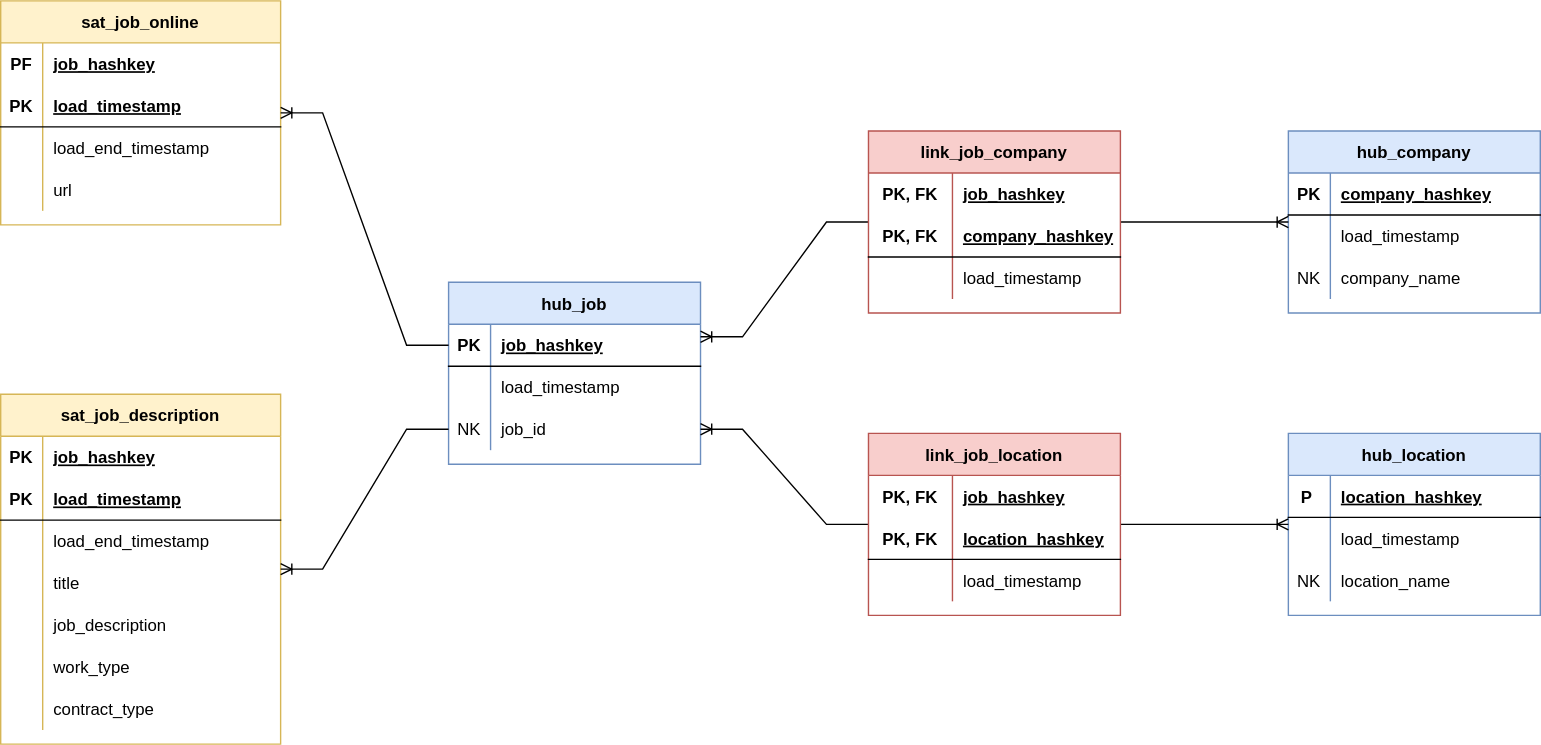
Before: doc/data-vault-model.drawio.svg, a diagram exported from draw.io (petracarrion/job-market-analytics). Source tidied: cells renumbered, new cells last; positions are measured from the earlier drawing's top-left corner, leaving out a move shared by most shapes.
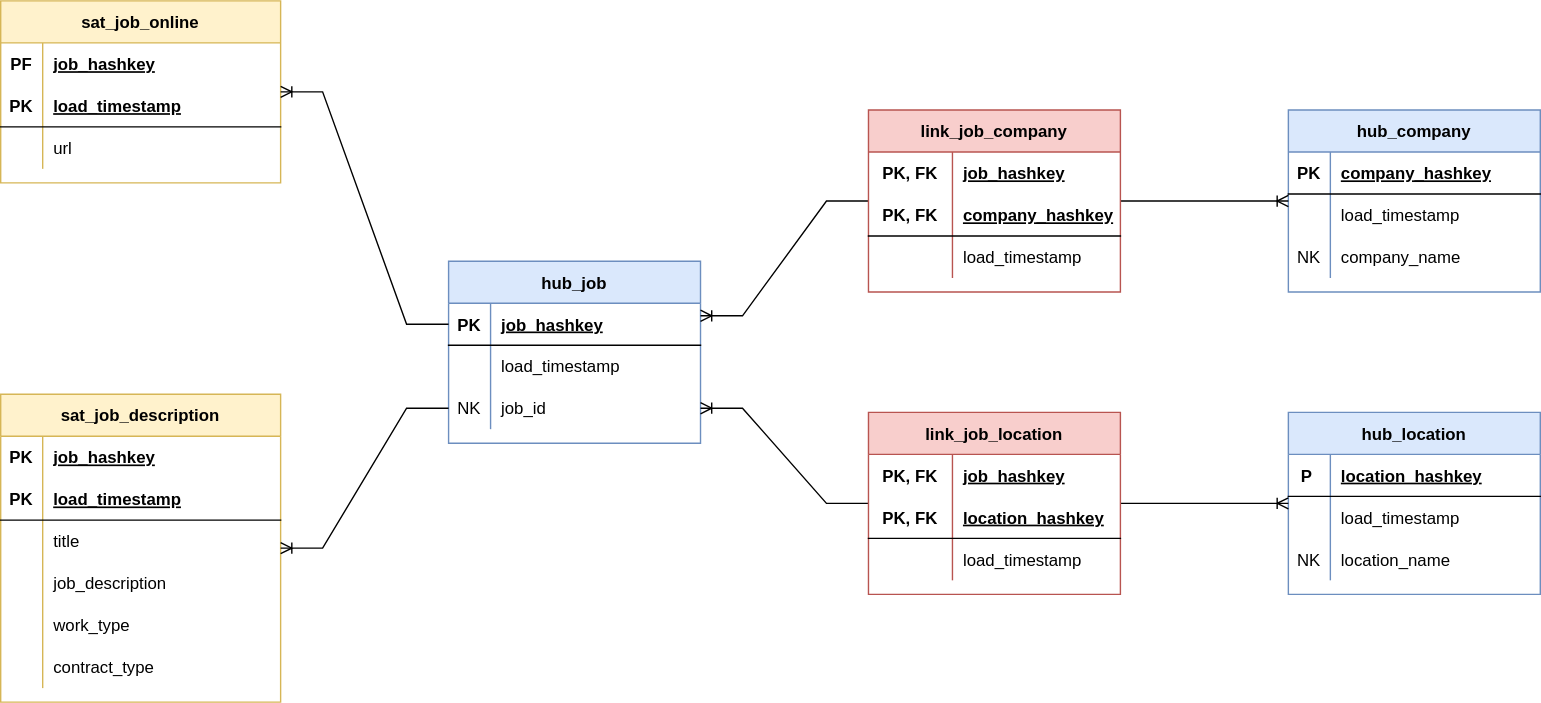
The same diagram one commit later.

What changed in the source:
```diff
@@ -3,7 +3,7 @@
     <mxCell id="0" />
     <mxCell id="1" parent="0" />
     <mxCell id="2" value="sat_job_online" style="shape=table;startSize=30;rowLines=0;fontStyle=1;align=center;fillColor=#FFF2CC;strokeColor=#d6b656;swimlaneFillColor=#ffffff;" parent="1" vertex="1">
-      <mxGeometry width="200" height="160" as="geometry" />
+      <mxGeometry y="15" width="200" height="130" as="geometry" />
     </mxCell>
     <mxCell id="3" style="shape=partialRectangle;fillColor=none;top=0;left=0;bottom=1;right=0;strokeColor=none;" parent="2" vertex="1">
       <mxGeometry y="30" width="200" height="30" as="geometry" />
@@ -23,17 +23,8 @@
     <mxCell id="8" value="load_timestamp" style="shape=partialRectangle;fillColor=none;top=0;left=0;bottom=0;right=0;align=left;spacingLeft=6;fontStyle=5;overflow=hidden;" parent="6" vertex="1">
       <mxGeometry x="30" width="170" height="30" as="geometry" />
     </mxCell>
-    <mxCell id="9" style="shape=partialRectangle;fillColor=none;top=0;left=0;bottom=0;right=0;" parent="2" vertex="1">
-      <mxGeometry y="90" width="200" height="30" as="geometry" />
-    </mxCell>
-    <mxCell id="10" style="shape=partialRectangle;fillColor=none;top=0;left=0;bottom=0;right=0;overflow=hidden;" parent="9" vertex="1">
-      <mxGeometry width="30" height="30" as="geometry" />
-    </mxCell>
-    <mxCell id="11" value="load_end_timestamp" style="shape=partialRectangle;fillColor=none;top=0;left=0;bottom=0;right=0;align=left;spacingLeft=6;overflow=hidden;" parent="9" vertex="1">
-      <mxGeometry x="30" width="170" height="30" as="geometry" />
-    </mxCell>
     <mxCell id="12" style="shape=partialRectangle;fillColor=none;top=0;left=0;bottom=0;right=0;" parent="2" vertex="1">
-      <mxGeometry y="120" width="200" height="30" as="geometry" />
+      <mxGeometry y="90" width="200" height="30" as="geometry" />
     </mxCell>
     <mxCell id="13" style="shape=partialRectangle;fillColor=none;top=0;left=0;bottom=0;right=0;overflow=hidden;" parent="12" vertex="1">
       <mxGeometry width="30" height="30" as="geometry" />
@@ -207,7 +198,7 @@
       <mxGeometry x="60" width="120" height="30" as="geometry" />
     </mxCell>
     <mxCell id="70" value="sat_job_description" style="shape=table;startSize=30;rowLines=0;fontStyle=1;align=center;fillColor=#FFF2CC;strokeColor=#d6b656;swimlaneFillColor=#ffffff;" parent="1" vertex="1">
-      <mxGeometry y="281" width="200" height="250" as="geometry" />
+      <mxGeometry y="296" width="200" height="220" as="geometry" />
     </mxCell>
     <mxCell id="71" style="shape=partialRectangle;fillColor=none;top=0;left=0;bottom=1;right=0;strokeColor=none;" parent="70" vertex="1">
       <mxGeometry y="30" width="200" height="30" as="geometry" />
@@ -227,17 +218,8 @@
     <mxCell id="76" value="load_timestamp" style="shape=partialRectangle;fillColor=none;top=0;left=0;bottom=0;right=0;align=left;spacingLeft=6;fontStyle=5;overflow=hidden;" parent="74" vertex="1">
       <mxGeometry x="30" width="170" height="30" as="geometry" />
     </mxCell>
-    <mxCell id="77" style="shape=partialRectangle;fillColor=none;top=0;left=0;bottom=0;right=0;" parent="70" vertex="1">
-      <mxGeometry y="90" width="200" height="30" as="geometry" />
-    </mxCell>
-    <mxCell id="78" style="shape=partialRectangle;fillColor=none;top=0;left=0;bottom=0;right=0;overflow=hidden;" parent="77" vertex="1">
-      <mxGeometry width="30" height="30" as="geometry" />
-    </mxCell>
-    <mxCell id="79" value="load_end_timestamp" style="shape=partialRectangle;fillColor=none;top=0;left=0;bottom=0;right=0;align=left;spacingLeft=6;overflow=hidden;" parent="77" vertex="1">
-      <mxGeometry x="30" width="170" height="30" as="geometry" />
-    </mxCell>
     <mxCell id="80" style="shape=partialRectangle;fillColor=none;top=0;left=0;bottom=0;right=0;" parent="70" vertex="1">
-      <mxGeometry y="120" width="200" height="30" as="geometry" />
+      <mxGeometry y="90" width="200" height="30" as="geometry" />
     </mxCell>
     <mxCell id="81" style="shape=partialRectangle;fillColor=none;top=0;left=0;bottom=0;right=0;overflow=hidden;" parent="80" vertex="1">
       <mxGeometry width="30" height="30" as="geometry" />
@@ -246,7 +228,7 @@
       <mxGeometry x="30" width="170" height="30" as="geometry" />
     </mxCell>
     <mxCell id="83" style="shape=partialRectangle;fillColor=none;top=0;left=0;bottom=0;right=0;" parent="70" vertex="1">
-      <mxGeometry y="150" width="200" height="30" as="geometry" />
+      <mxGeometry y="120" width="200" height="30" as="geometry" />
     </mxCell>
     <mxCell id="84" style="shape=partialRectangle;fillColor=none;top=0;left=0;bottom=0;right=0;overflow=hidden;" parent="83" vertex="1">
       <mxGeometry width="30" height="30" as="geometry" />
@@ -255,7 +237,7 @@
       <mxGeometry x="30" width="170" height="30" as="geometry" />
     </mxCell>
     <mxCell id="86" style="shape=partialRectangle;fillColor=none;top=0;left=0;bottom=0;right=0;" parent="70" vertex="1">
-      <mxGeometry y="180" width="200" height="30" as="geometry" />
+      <mxGeometry y="150" width="200" height="30" as="geometry" />
     </mxCell>
     <mxCell id="87" style="shape=partialRectangle;fillColor=none;top=0;left=0;bottom=0;right=0;overflow=hidden;" parent="86" vertex="1">
       <mxGeometry width="30" height="30" as="geometry" />
@@ -264,7 +246,7 @@
       <mxGeometry x="30" width="170" height="30" as="geometry" />
     </mxCell>
     <mxCell id="89" style="shape=partialRectangle;fillColor=none;top=0;left=0;bottom=0;right=0;" parent="70" vertex="1">
-      <mxGeometry y="210" width="200" height="30" as="geometry" />
+      <mxGeometry y="180" width="200" height="30" as="geometry" />
     </mxCell>
     <mxCell id="90" style="shape=partialRectangle;fillColor=none;top=0;left=0;bottom=0;right=0;overflow=hidden;" parent="89" vertex="1">
       <mxGeometry width="30" height="30" as="geometry" />
```
